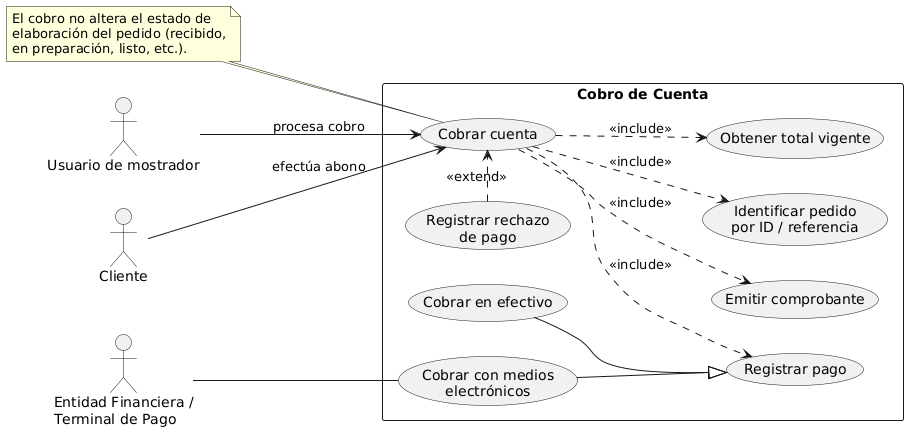
Earlier version of the PlantUML export diagramas/02-casos-de-uso/02-cobrar-cuenta.png (cmariano93-netizen/SistemaPedidos).
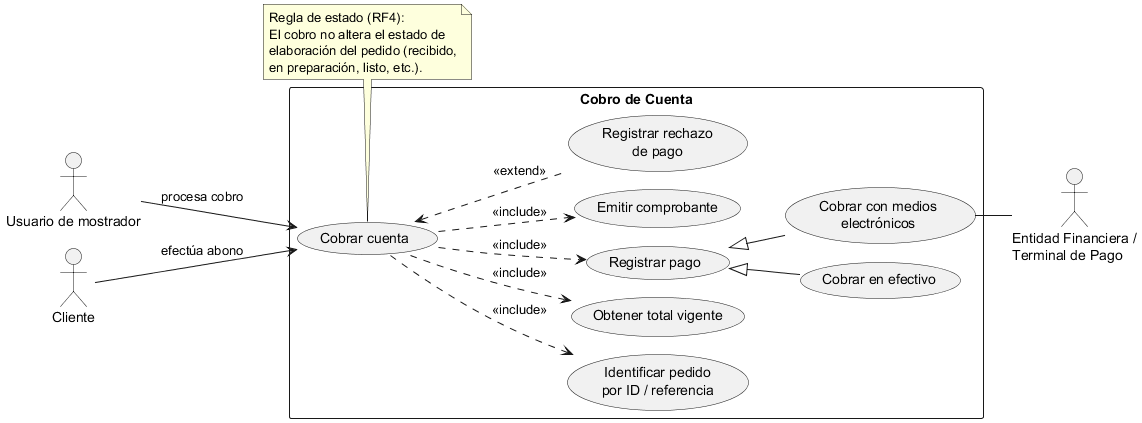
Later version of the same file.

Change to the diagram source:
```diff
@@ -1,5 +1,8 @@
 @startuml
+!pragma layout smetana
 left to right direction
+skinparam packageStyle rectangle
+skinparam shadowing false
 
 actor "Usuario de mostrador" as Mostrador
 actor "Cliente" as Cliente
@@ -18,19 +21,21 @@
 
 Cliente --> UC_Cobrar : efectúa abono
 Mostrador --> UC_Cobrar : procesa cobro
-Pasarela -- UC_Electronico
 
-UC_Cobrar -d.> UC_Identificar : <<include>>
-UC_Cobrar -d.> UC_Total : <<include>>
-UC_Cobrar -d.> UC_Pago : <<include>>
-UC_Cobrar -d.> UC_Ticket : <<include>>
+UC_Cobrar ..> UC_Identificar : <<include>>
+UC_Cobrar ..> UC_Total : <<include>>
+UC_Cobrar ..> UC_Pago : <<include>>
+UC_Cobrar ..> UC_Ticket : <<include>>
 
-UC_Efectivo --|> UC_Pago
-UC_Electronico --|> UC_Pago
+UC_Cobrar <.. UC_Rechazo : <<extend>>
 
-UC_Rechazo .> UC_Cobrar : <<extend>>
+UC_Pago <|-- UC_Efectivo
+UC_Pago <|-- UC_Electronico
 
-note left of UC_Cobrar
+UC_Electronico -- Pasarela
+
+note bottom of UC_Cobrar
+  Regla de estado (RF4):
   El cobro no altera el estado de
   elaboración del pedido (recibido,
   en preparación, listo, etc.).
```
